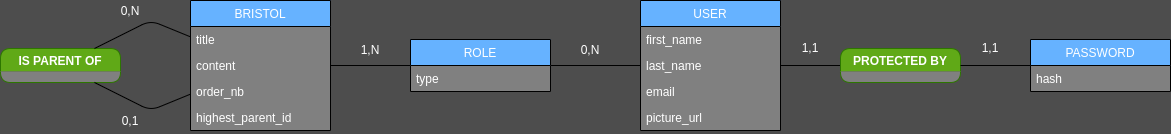
Above: MCD/mcd.png in moymat/bristolbe (draw.io), before the change. Source tidied: cells renumbered, new cells last; positions are measured from the earlier drawing's top-left corner, leaving out a move shared by most shapes.
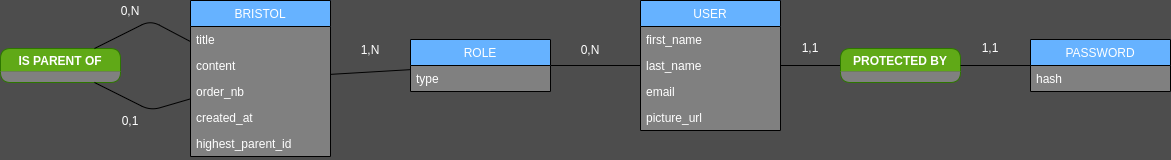
Later version of the same file.

Commit message:
added bristol's created_at column in mcd

What changed in the source:
```diff
@@ -3,7 +3,7 @@
     <mxCell id="0" />
     <mxCell id="1" parent="0" />
     <mxCell id="2" value="BRISTOL" style="swimlane;fontStyle=0;horizontal=1;startSize=26;fillColor=#66B2FF;swimlaneFillColor=#808080;fontColor=#FFFFFF;" parent="1" vertex="1">
-      <mxGeometry x="190" width="140" height="130" as="geometry" />
+      <mxGeometry x="190" width="140" height="156" as="geometry" />
     </mxCell>
     <mxCell id="3" value="title" style="text;strokeColor=none;fillColor=none;align=left;verticalAlign=top;spacingLeft=4;spacingRight=4;overflow=hidden;fontColor=#FFFFFF;" parent="2" vertex="1">
       <mxGeometry y="26" width="140" height="26" as="geometry" />
@@ -14,8 +14,11 @@
     <mxCell id="5" value="order_nb" style="text;strokeColor=none;fillColor=none;align=left;verticalAlign=top;spacingLeft=4;spacingRight=4;overflow=hidden;fontColor=#FFFFFF;" parent="2" vertex="1">
       <mxGeometry y="78" width="140" height="26" as="geometry" />
     </mxCell>
+    <mxCell id="30" value="created_at" style="text;strokeColor=none;fillColor=none;align=left;verticalAlign=top;spacingLeft=4;spacingRight=4;overflow=hidden;fontColor=#FFFFFF;" parent="2" vertex="1">
+      <mxGeometry y="104" width="140" height="26" as="geometry" />
+    </mxCell>
     <mxCell id="6" value="highest_parent_id" style="text;strokeColor=none;fillColor=none;align=left;verticalAlign=top;spacingLeft=4;spacingRight=4;overflow=hidden;fontColor=#FFFFFF;" parent="2" vertex="1">
-      <mxGeometry y="104" width="140" height="26" as="geometry" />
+      <mxGeometry y="130" width="140" height="26" as="geometry" />
     </mxCell>
     <mxCell id="7" value="PASSWORD" style="swimlane;fontStyle=0;horizontal=1;startSize=26;fillColor=#66B2FF;swimlaneFillColor=#808080;fontColor=#FFFFFF;" parent="1" vertex="1">
       <mxGeometry x="1030" y="39" width="140" height="52" as="geometry" />
```
